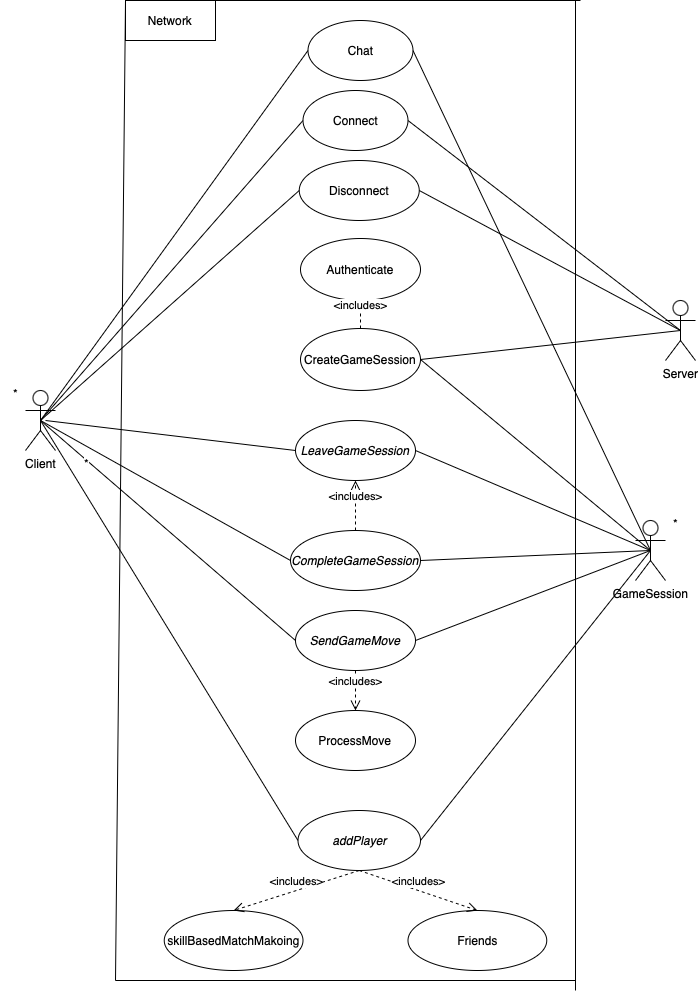
Above: docs/diagrams/NetworkingUseCaseDiagram.png in marinara782/OMG-Multiplayer-Project (draw.io), before the change. Source tidied: cells renumbered, new cells last; positions are measured from the earlier drawing's top-left corner, leaving out a move shared by most shapes.
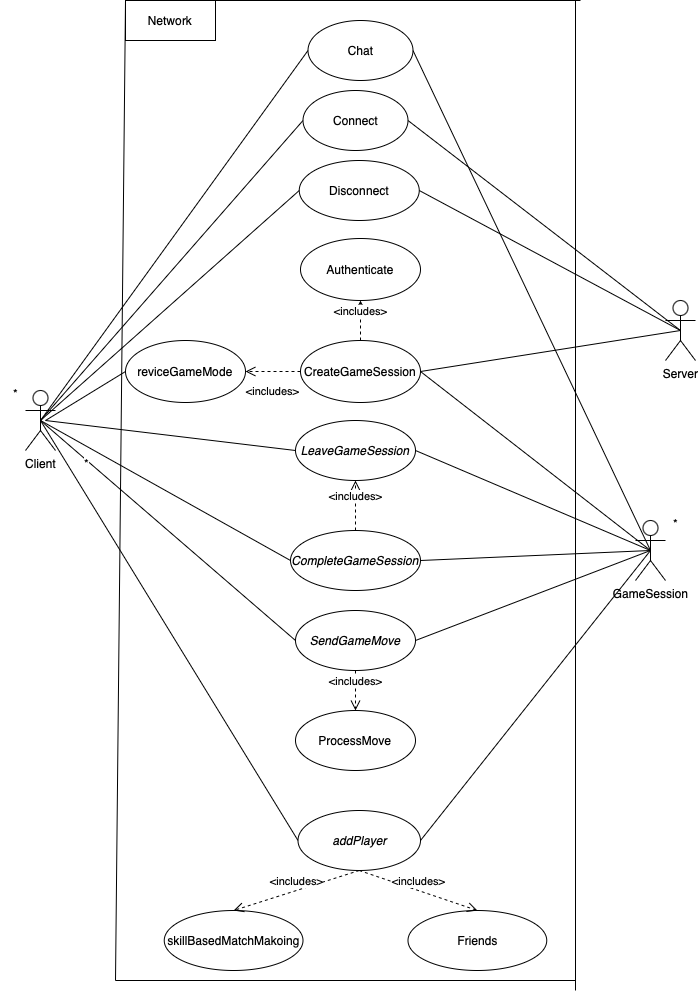
After the commit.

Commit message:
networking usecase diagram updated

Diff of the diagram source:
```diff
@@ -44,7 +44,7 @@
       <mxGeometry relative="1" as="geometry" />
     </mxCell>
     <mxCell id="15" value="CreateGameSession" style="ellipse;whiteSpace=wrap;html=1;" parent="1" vertex="1">
-      <mxGeometry x="300" y="328" width="120" height="62" as="geometry" />
+      <mxGeometry x="300" y="340" width="120" height="62" as="geometry" />
     </mxCell>
     <mxCell id="16" style="endArrow=none;html=1;rounded=0;entryX=0.5;entryY=0.5;entryDx=0;entryDy=0;entryPerimeter=0;exitX=1;exitY=0.5;exitDx=0;exitDy=0;" parent="1" edge="1" source="15" target="3">
       <mxGeometry relative="1" as="geometry" />
@@ -150,5 +150,16 @@
     <mxCell id="45" value="&amp;lt;includes&amp;gt;" style="html=1;verticalAlign=bottom;endArrow=open;dashed=1;endSize=8;curved=0;rounded=0;exitX=0.5;exitY=0;exitDx=0;exitDy=0;entryX=0.5;entryY=1;entryDx=0;entryDy=0;" parent="1" edge="1" source="38" target="37">
       <mxGeometry relative="1" as="geometry" />
     </mxCell>
+    <mxCell id="46" value="reviceGameMode" style="ellipse;whiteSpace=wrap;html=1;" parent="1" vertex="1">
+      <mxGeometry x="125" y="340" width="120" height="62" as="geometry" />
+    </mxCell>
+    <mxCell id="47" value="&amp;lt;includes&amp;gt;" style="html=1;verticalAlign=bottom;endArrow=open;dashed=1;endSize=8;curved=0;rounded=0;exitX=0;exitY=0.5;exitDx=0;exitDy=0;entryX=1;entryY=0.5;entryDx=0;entryDy=0;" parent="1" edge="1" source="15" target="46">
+      <mxGeometry x="0.04" y="29" relative="1" as="geometry" />
+    </mxCell>
+    <mxCell id="48" style="endArrow=none;html=1;rounded=0;entryX=0;entryY=0.5;entryDx=0;entryDy=0;" parent="1" edge="1" target="46">
+      <mxGeometry relative="1" as="geometry">
+        <mxPoint x="45" y="420" as="sourcePoint" />
+      </mxGeometry>
+    </mxCell>
   </root>
 </mxGraphModel>
```
